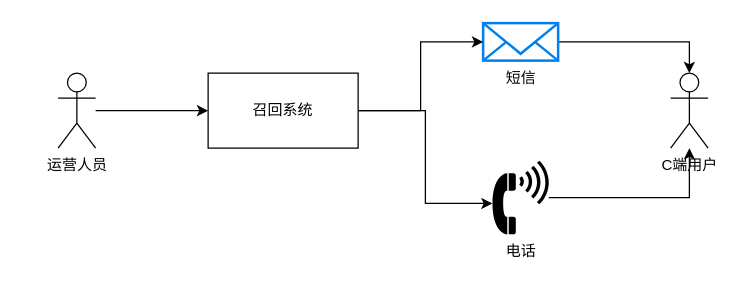
Above: 未命名绘图.drawio in ABIN-DS/flowchart (draw.io), before the change. Source tidied: cells renumbered, new cells numbered last; positions are measured from the earlier drawing's top-left corner, leaving out a move shared by most shapes. Both pictures are drawn from the tidied source at 125%, with x=0, y=0 at pixel (58, 22).
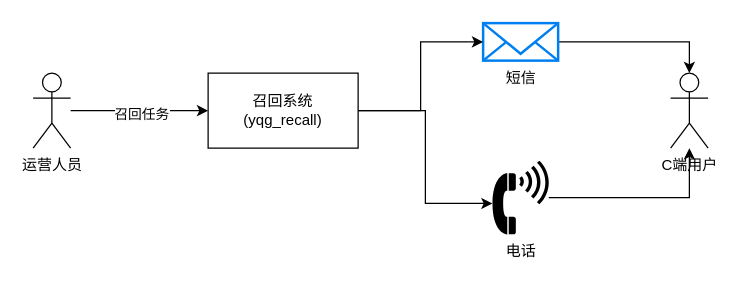
After the change.

Commit message (it also covers changes not shown here):
更新未命名绘图.drawio

Diff of the diagram source:
```diff
@@
 <mxGraphModel>
   <root>
     <mxCell id="0" />
     <mxCell id="1" parent="0" />
     <mxCell id="2" value="C端用户" style="shape=umlActor;verticalLabelPosition=bottom;verticalAlign=top;html=1;outlineConnect=0;" parent="1" vertex="1">
       <mxGeometry x="490" y="40" width="30" height="60" as="geometry" />
     </mxCell>
     <mxCell id="3" style="edgeStyle=orthogonalEdgeStyle;rounded=0;jettySize=auto;html=1;entryX=0.5;entryY=0;entryDx=0;entryDy=0;entryPerimeter=0;" parent="1" edge="1" source="4" target="2">
       <mxGeometry relative="1" as="geometry" />
     </mxCell>
     <mxCell id="4" value="短信" style="html=1;verticalLabelPosition=bottom;align=center;labelBackgroundColor=#ffffff;verticalAlign=top;strokeWidth=2;strokeColor=#0080F0;shadow=0;dashed=0;shape=mxgraph.ios7.icons.mail;" parent="1" vertex="1">
       <mxGeometry x="340" width="60" height="30" as="geometry" />
     </mxCell>
     <mxCell id="5" style="edgeStyle=orthogonalEdgeStyle;rounded=0;jettySize=auto;html=1;" parent="1" edge="1" source="6" target="2">
       <mxGeometry relative="1" as="geometry" />
     </mxCell>
     <mxCell id="6" value="电话" style="shape=mxgraph.signs.tech.telephone_4;html=1;fillColor=#000000;strokeColor=none;verticalLabelPosition=bottom;verticalAlign=top;align=center;" parent="1" vertex="1">
       <mxGeometry x="347.5" y="110" width="45" height="59" as="geometry" />
     </mxCell>
-    <mxCell id="7" value="召回系统" style="rounded=0;whiteSpace=wrap;html=1;" parent="1" vertex="1">
+    <mxCell id="7" value="召回系统&lt;br&gt;(yqg_recall)" style="rounded=0;whiteSpace=wrap;html=1;" parent="1" vertex="1">
       <mxGeometry x="120" y="40" width="120" height="60" as="geometry" />
     </mxCell>
     <mxCell id="8" style="edgeStyle=orthogonalEdgeStyle;rounded=0;jettySize=auto;html=1;entryX=0;entryY=0.5;entryDx=0;entryDy=0;" parent="1" edge="1" source="9" target="7">
       <mxGeometry relative="1" as="geometry" />
     </mxCell>
+    <mxCell id="12" value="召回任务" style="edgeLabel;html=1;align=center;verticalAlign=middle;" parent="8" vertex="1">
+      <mxGeometry x="0.02" y="-2" relative="1" as="geometry" />
+    </mxCell>
     <mxCell id="9" value="运营人员" style="shape=umlActor;verticalLabelPosition=bottom;verticalAlign=top;html=1;outlineConnect=0;" parent="1" vertex="1">
-      <mxGeometry y="40" width="30" height="60" as="geometry" />
+      <mxGeometry x="-20" y="40" width="30" height="60" as="geometry" />
     </mxCell>
     <mxCell id="10" style="edgeStyle=orthogonalEdgeStyle;rounded=0;jettySize=auto;html=1;entryX=0;entryY=0.5;entryDx=0;entryDy=0;entryPerimeter=0;exitX=1;exitY=0.5;exitDx=0;exitDy=0;" parent="1" edge="1" source="7" target="4">
       <mxGeometry relative="1" as="geometry">
         <Array as="points">
           <mxPoint x="290" y="70" />
           <mxPoint x="290" y="15" />
         </Array>
       </mxGeometry>
     </mxCell>
     <mxCell id="11" style="edgeStyle=orthogonalEdgeStyle;rounded=0;jettySize=auto;html=1;entryX=0;entryY=0.58;entryDx=0;entryDy=0;entryPerimeter=0;exitX=1;exitY=0.5;exitDx=0;exitDy=0;" parent="1" edge="1" source="7" target="6">
       <mxGeometry relative="1" as="geometry" />
     </mxCell>
   </root>
 </mxGraphModel>
```
